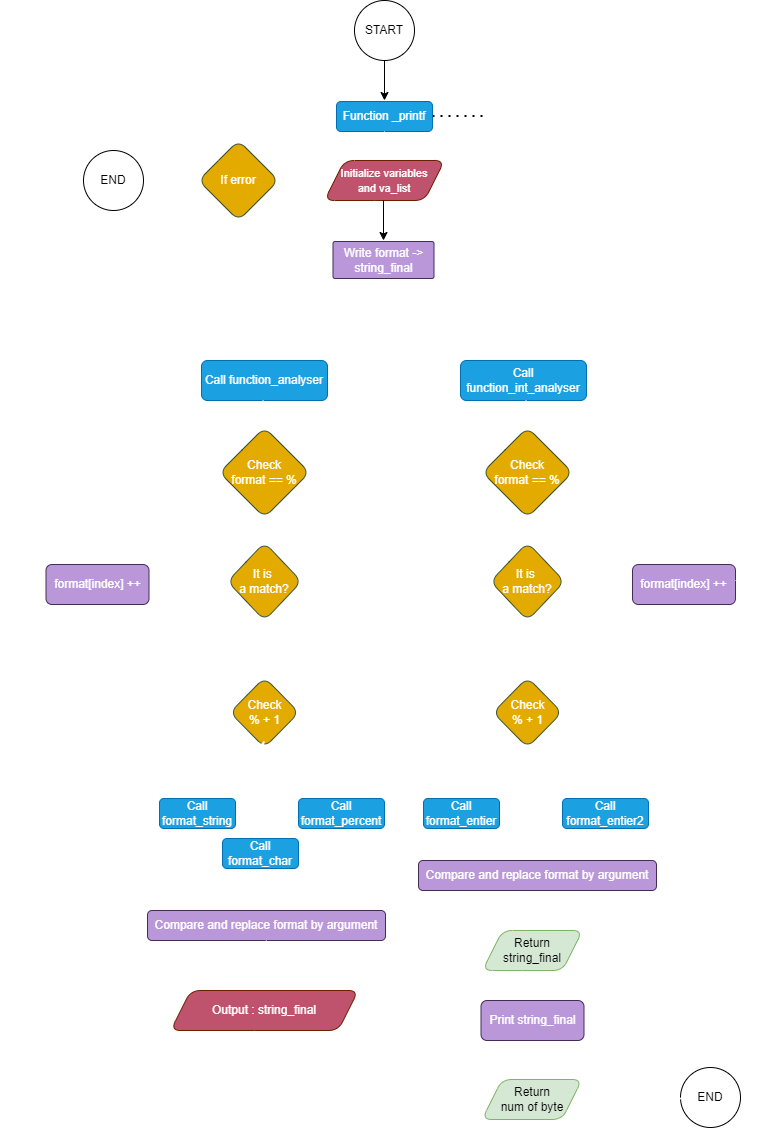
Earlier version of the draw.io export flowchart_printf.png (savvyh/holbertonschool-printf). Source tidied: cells renumbered, new cells last; positions are measured from the earlier drawing's top-left corner, leaving out a move shared by most shapes.
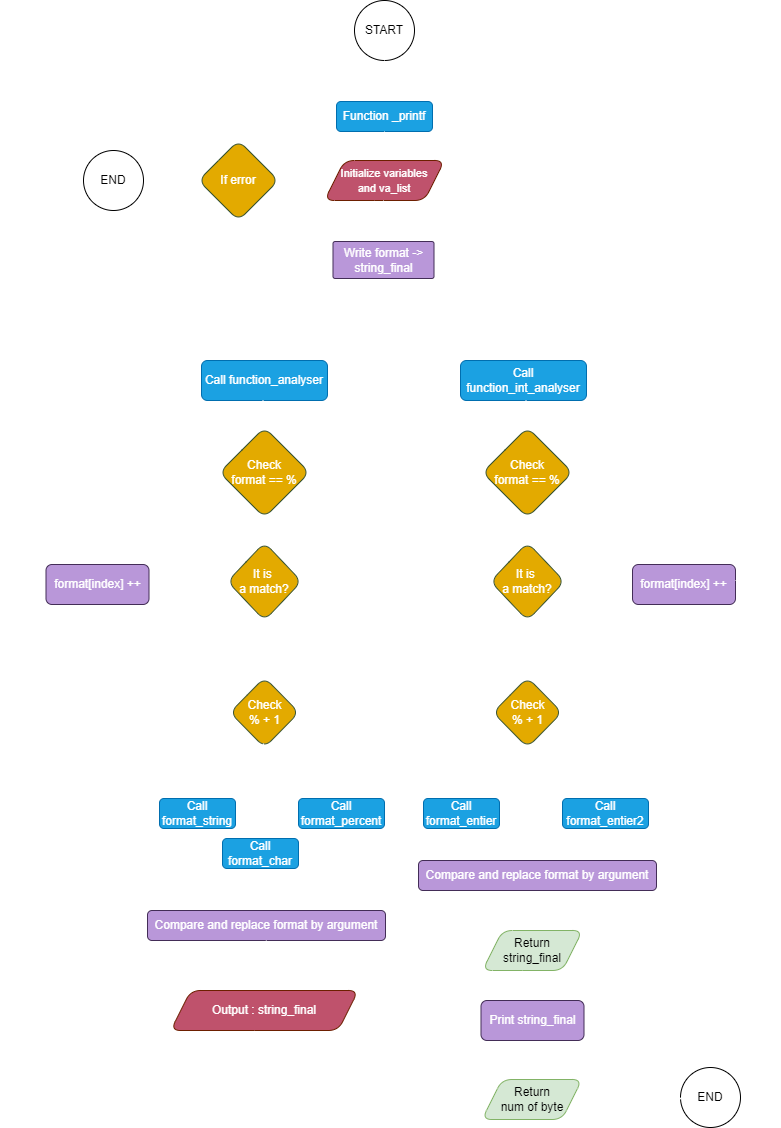
After the change.

Change to the diagram source:
```diff
@@ -17,13 +17,13 @@
     <mxCell id="4" value="Prototype : int _printf(const char *format, ...)" style="text;html=1;align=center;verticalAlign=middle;strokeColor=none;fillColor=none;rounded=1;fontColor=#FFFFFF;" parent="1" vertex="1">
       <mxGeometry x="464" y="101" width="260" height="30" as="geometry" />
     </mxCell>
-    <mxCell id="5" style="endArrow=none;dashed=1;html=1;dashPattern=1 3;strokeWidth=2;rounded=1;fontColor=#FFFFFF;" parent="1" edge="1">
+    <mxCell id="5" style="endArrow=none;dashed=1;html=1;dashPattern=1 3;strokeWidth=2;rounded=1;fontColor=#FFFFFF;strokeColor=#FFFFFF;" parent="1" edge="1">
       <mxGeometry relative="1" as="geometry">
         <mxPoint x="423" y="115.5" as="sourcePoint" />
         <mxPoint x="474" y="115.5" as="targetPoint" />
       </mxGeometry>
     </mxCell>
-    <mxCell id="6" style="edgeStyle=none;orthogonalLoop=1;jettySize=auto;html=1;rounded=1;strokeColor=#000000;" parent="1" edge="1">
+    <mxCell id="6" style="edgeStyle=none;orthogonalLoop=1;jettySize=auto;html=1;rounded=1;strokeColor=#FFFFFF;" parent="1" edge="1">
       <mxGeometry relative="1" as="geometry">
         <mxPoint x="375" y="60" as="sourcePoint" />
         <mxPoint x="375" y="100" as="targetPoint" />
@@ -68,7 +68,7 @@
     <mxCell id="14" value="Call function_analyser" style="rounded=1;whiteSpace=wrap;html=1;fillColor=#1ba1e2;fontColor=#ffffff;strokeColor=#006EAF;" parent="1" vertex="1">
       <mxGeometry x="192" y="360" width="126" height="40" as="geometry" />
     </mxCell>
-    <mxCell id="15" style="edgeStyle=none;orthogonalLoop=1;jettySize=auto;html=1;rounded=1;" parent="1" edge="1">
+    <mxCell id="15" style="edgeStyle=none;orthogonalLoop=1;jettySize=auto;html=1;rounded=1;strokeColor=#FFFFFF;" parent="1" edge="1">
       <mxGeometry relative="1" as="geometry">
         <mxPoint x="374" y="200" as="sourcePoint" />
         <mxPoint x="374" y="240" as="targetPoint" />
@@ -306,13 +306,13 @@
         <mxPoint x="285" y="798" as="targetPoint" />
       </mxGeometry>
     </mxCell>
-    <mxCell id="70" style="endArrow=classic;html=1;rounded=0;strokeColor=#FFFFFF;" parent="1" edge="1" source="76">
+    <mxCell id="70" style="endArrow=classic;html=1;rounded=0;strokeColor=#FFFFFF;entryX=0.42;entryY=0;entryDx=0;entryDy=0;entryPerimeter=0;" parent="1" edge="1" target="78">
       <mxGeometry relative="1" as="geometry">
-        <mxPoint x="225" y="798" as="targetPoint" />
+        <mxPoint x="254" y="743" as="sourcePoint" />
       </mxGeometry>
     </mxCell>
     <mxCell id="71" value="% + %" style="text;html=1;align=center;verticalAlign=middle;strokeColor=none;fillColor=none;fontColor=#FFFFFF;" parent="1" vertex="1">
-      <mxGeometry x="264" y="740" width="60" height="30" as="geometry" />
+      <mxGeometry x="256" y="740" width="60" height="30" as="geometry" />
     </mxCell>
     <mxCell id="72" value="Call format_string" style="rounded=1;whiteSpace=wrap;html=1;fillColor=#1ba1e2;fontColor=#ffffff;strokeColor=#006EAF;" parent="1" vertex="1">
       <mxGeometry x="150" y="798" width="76" height="30" as="geometry" />
@@ -323,21 +323,17 @@
     <mxCell id="74" value="Call format_percent" style="rounded=1;whiteSpace=wrap;html=1;fillColor=#1ba1e2;fontColor=#ffffff;strokeColor=#006EAF;" parent="1" vertex="1">
       <mxGeometry x="289" y="798" width="86" height="30" as="geometry" />
     </mxCell>
-    <mxCell id="75" style="endArrow=classic;html=1;rounded=0;strokeColor=#FFFFFF;" parent="1" edge="1" target="76">
-      <mxGeometry relative="1" as="geometry">
-        <mxPoint x="254" y="745" as="sourcePoint" />
-      </mxGeometry>
-    </mxCell>
+    <mxCell id="78" value="% + c" style="text;html=1;align=center;verticalAlign=middle;points=[];strokeColor=none;fillColor=none;fontColor=#FFFFFF;" parent="1" vertex="1">
+      <mxGeometry x="230" y="790" width="50" height="30" as="geometry" />
+    </mxCell>
+    <mxCell id="79" style="endArrow=classic;html=1;rounded=0;strokeColor=#FFFFFF;" parent="1" edge="1">
+      <mxGeometry relative="1" as="geometry">
+        <mxPoint x="253" y="745" as="sourcePoint" />
+        <mxPoint x="216" y="791" as="targetPoint" />
+      </mxGeometry>
+    </mxCell>
     <mxCell id="76" value="% + s" style="text;html=1;align=center;verticalAlign=middle;points=[];strokeColor=none;fillColor=none;fontColor=#FFFFFF;" parent="1" vertex="1">
-      <mxGeometry x="198" y="740" width="50" height="30" as="geometry" />
+      <mxGeometry x="202" y="742" width="48" height="26" as="geometry" />
     </mxCell>
-    <mxCell id="77" style="endArrow=classic;html=1;rounded=0;strokeColor=#FFFFFF;" parent="1" edge="1" target="78">
-      <mxGeometry relative="1" as="geometry">
-        <mxPoint x="255" y="745" as="sourcePoint" />
-      </mxGeometry>
-    </mxCell>
-    <mxCell id="78" value="% + c" style="text;html=1;align=center;verticalAlign=middle;points=[];strokeColor=none;fillColor=none;fontColor=#FFFFFF;" parent="1" vertex="1">
-      <mxGeometry x="232" y="789" width="50" height="30" as="geometry" />
-    </mxCell>
   </root>
 </mxGraphModel>
```
